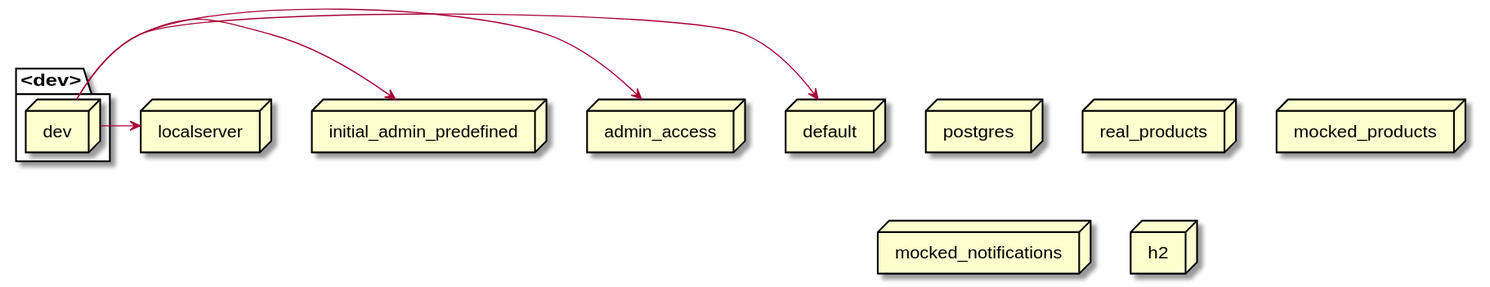
The PlantUML diagram docs/latest/images/gen_springprofiles-dev.svg in mercedes-benz/sechub, before a commit.
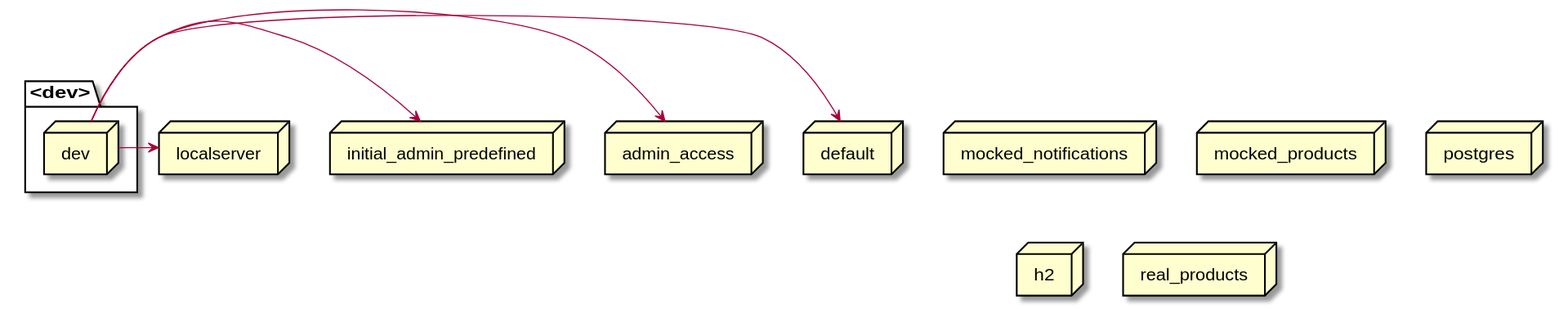
The same diagram one commit later.

The edit, as a diff of the source:
```diff
@@ -1,16 +1,16 @@
 @startuml
-node default
+node mocked_notifications
+node mocked_products
+node postgres
+node h2
 node initial_admin_predefined
-node postgres
-node real_products
-node mocked_products
-node mocked_notifications
-node localserver
-node admin_access
-node h2
 package <dev>{
    node dev
 }
+node default
+node admin_access
+node real_products
+node localserver
 dev -> localserver
 dev -> initial_admin_predefined
 dev -> admin_access
```
